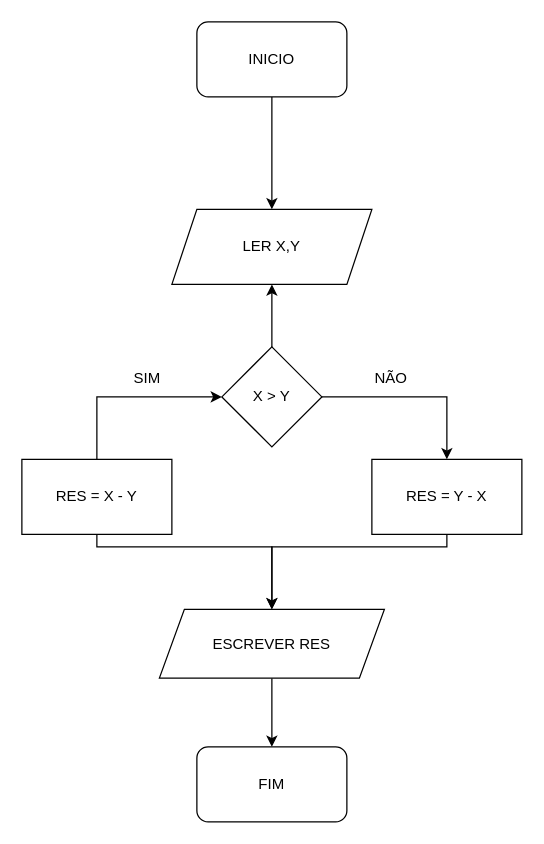
Before: Diagrama sem nome.drawio in dabrelity1/Fluxogramas, a draw.io diagram. Source tidied: cells renumbered, new cells numbered last; positions are measured from the earlier drawing's top-left corner, leaving out a move shared by most shapes. Both pictures are drawn from the tidied source at 125%, with x=0, y=0 at pixel (21, 21).
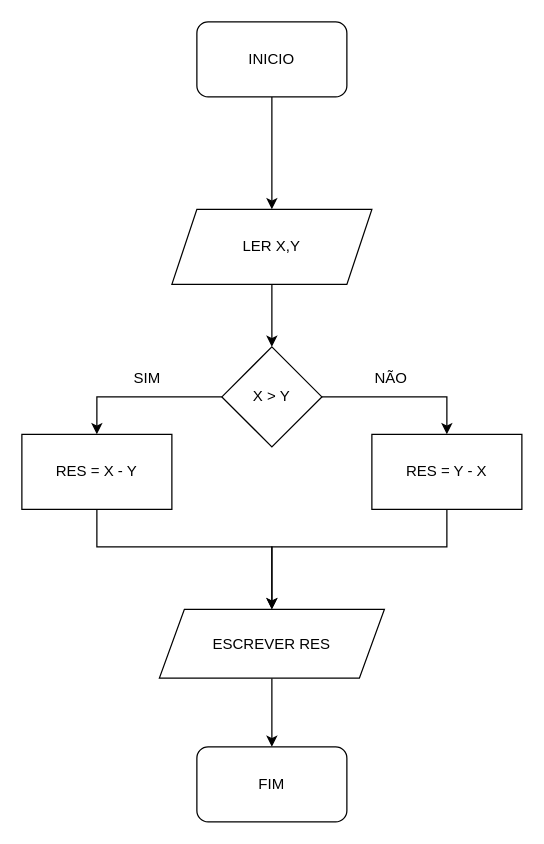
Above is the later version.

Unchanged cells that the change refers to:
```xml
<mxCell id="4" value="LER X,Y" style="shape=parallelogram;perimeter=parallelogramPerimeter;whiteSpace=wrap;html=1;fixedSize=1;" parent="1" vertex="1">
  <mxGeometry x="120" y="150" width="160" height="60" as="geometry" />
</mxCell>
<mxCell id="7" value="X &amp;gt; Y" style="rhombus;whiteSpace=wrap;html=1;" parent="1" vertex="1">
  <mxGeometry x="160" y="260" width="80" height="80" as="geometry" />
</mxCell>
```

What changed in the source:
```diff
@@
+    <mxCell id="18" style="edgeStyle=orthogonalEdgeStyle;rounded=0;jettySize=auto;html=1;exitX=0.5;exitY=1;exitDx=0;exitDy=0;entryX=0.5;entryY=0;entryDx=0;entryDy=0;" parent="1" edge="1" source="4" target="7">
+      <mxGeometry relative="1" as="geometry" />
+    </mxCell>
@@
-    <mxCell id="5" style="edgeStyle=orthogonalEdgeStyle;rounded=0;jettySize=auto;html=1;entryX=0.5;entryY=1;entryDx=0;entryDy=0;" parent="1" edge="1" source="7" target="4">
-      <mxGeometry relative="1" as="geometry" />
-    </mxCell>
@@
+    <mxCell id="19" style="edgeStyle=orthogonalEdgeStyle;rounded=0;jettySize=auto;html=1;exitX=0;exitY=0.5;exitDx=0;exitDy=0;entryX=0.5;entryY=0;entryDx=0;entryDy=0;" parent="1" edge="1" source="7" target="10">
+      <mxGeometry relative="1" as="geometry" />
+    </mxCell>
@@
-    <mxCell id="8" style="edgeStyle=orthogonalEdgeStyle;rounded=0;jettySize=auto;html=1;entryX=0;entryY=0.5;entryDx=0;entryDy=0;" parent="1" edge="1" source="10" target="7">
-      <mxGeometry relative="1" as="geometry">
-        <Array as="points">
-          <mxPoint x="60" y="300" />
-        </Array>
-      </mxGeometry>
-    </mxCell>
@@
     <mxCell id="10" value="RES = X - Y" style="rounded=0;whiteSpace=wrap;html=1;" parent="1" vertex="1">
-      <mxGeometry y="350" width="120" height="60" as="geometry" />
+      <mxGeometry y="330" width="120" height="60" as="geometry" />
     </mxCell>
@@
     <mxCell id="12" value="RES = Y - X" style="rounded=0;whiteSpace=wrap;html=1;" parent="1" vertex="1">
-      <mxGeometry x="280" y="350" width="120" height="60" as="geometry" />
+      <mxGeometry x="280" y="330" width="120" height="60" as="geometry" />
     </mxCell>
```
